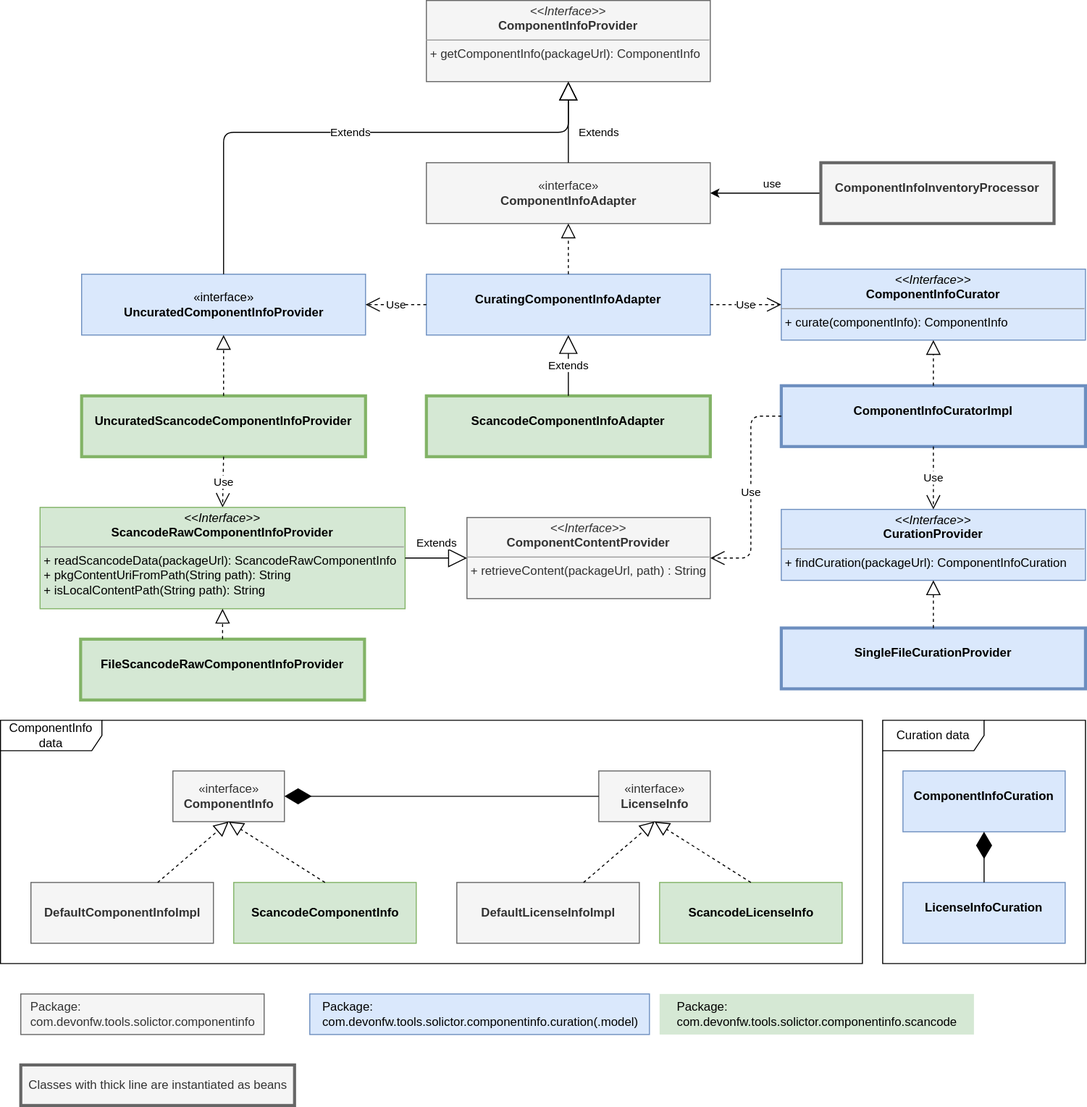
Before: core/src/main/java/com/devonfw/tools/solicitor/componentinfo/doc-files/componentinfo_classes.drawio.svg, a diagram exported from draw.io (devonfw/solicitor). Source tidied: cells renumbered, new cells last; positions are measured from the earlier drawing's top-left corner, leaving out a move shared by most shapes.
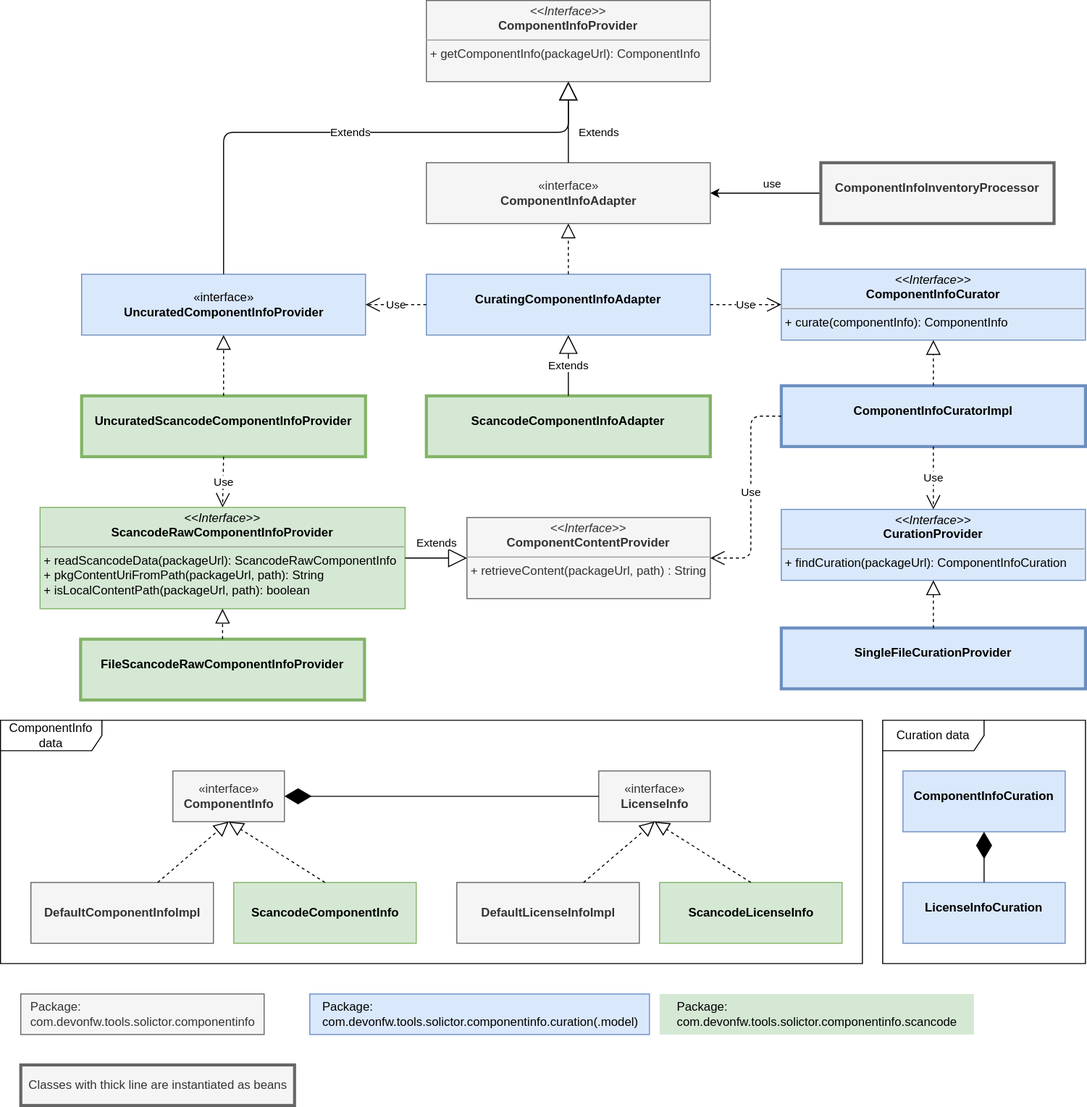
The same file after the commit.

Commit message:
Add packageUrl as additional parameter to be able to check/implement using the real stored data for the given component

What changed in the source:
```diff
@@ -115,7 +115,7 @@
     <mxCell id="36" value="Use" style="endArrow=open;endSize=12;dashed=1;html=1;exitX=0.5;exitY=1;exitDx=0;exitDy=0;entryX=0.5;entryY=0;entryDx=0;entryDy=0;" parent="1" edge="1" source="34" target="37">
       <mxGeometry relative="1" as="geometry" />
     </mxCell>
-    <mxCell id="37" value="&lt;p style=&quot;margin: 0px ; margin-top: 4px ; text-align: center&quot;&gt;&lt;i&gt;&amp;lt;&amp;lt;Interface&amp;gt;&amp;gt;&lt;/i&gt;&lt;br&gt;&lt;b&gt;ScancodeRawComponentInfoProvider&lt;/b&gt;&lt;/p&gt;&lt;hr size=&quot;1&quot;&gt;&lt;p style=&quot;margin: 0px ; margin-left: 4px&quot;&gt;+ readScancodeData(packageUrl): ScancodeRawComponentInfo&lt;/p&gt;&lt;p style=&quot;margin: 0px ; margin-left: 4px&quot;&gt;+ pkgContentUriFromPath(String path): String&lt;/p&gt;&lt;p style=&quot;margin: 0px ; margin-left: 4px&quot;&gt;+&amp;nbsp;isLocalContentPath(String path): String&lt;/p&gt;" style="verticalAlign=top;align=left;overflow=fill;fontSize=12;fontFamily=Helvetica;html=1;fillColor=#d5e8d4;strokeColor=#82b366;" parent="1" vertex="1">
+    <mxCell id="37" value="&lt;p style=&quot;margin: 0px ; margin-top: 4px ; text-align: center&quot;&gt;&lt;i&gt;&amp;lt;&amp;lt;Interface&amp;gt;&amp;gt;&lt;/i&gt;&lt;br&gt;&lt;b&gt;ScancodeRawComponentInfoProvider&lt;/b&gt;&lt;/p&gt;&lt;hr size=&quot;1&quot;&gt;&lt;p style=&quot;margin: 0px ; margin-left: 4px&quot;&gt;+ readScancodeData(packageUrl): ScancodeRawComponentInfo&lt;/p&gt;&lt;p style=&quot;margin: 0px ; margin-left: 4px&quot;&gt;+ pkgContentUriFromPath(packageUrl, path): String&lt;/p&gt;&lt;p style=&quot;margin: 0px ; margin-left: 4px&quot;&gt;+&amp;nbsp;isLocalContentPath(packageUrl, path): boolean&lt;/p&gt;" style="verticalAlign=top;align=left;overflow=fill;fontSize=12;fontFamily=Helvetica;html=1;fillColor=#d5e8d4;strokeColor=#82b366;" parent="1" vertex="1">
       <mxGeometry x="39" y="500" width="360" height="100" as="geometry" />
     </mxCell>
     <mxCell id="38" value="&lt;p style=&quot;margin: 0px ; margin-top: 4px ; text-align: center&quot;&gt;&lt;br&gt;&lt;b&gt;FileScancodeRawComponentInfoProvider&lt;/b&gt;&lt;br&gt;&lt;/p&gt;" style="verticalAlign=top;align=left;overflow=fill;fontSize=12;fontFamily=Helvetica;html=1;fillColor=#d5e8d4;strokeColor=#82b366;strokeWidth=3;" parent="1" vertex="1">
```
